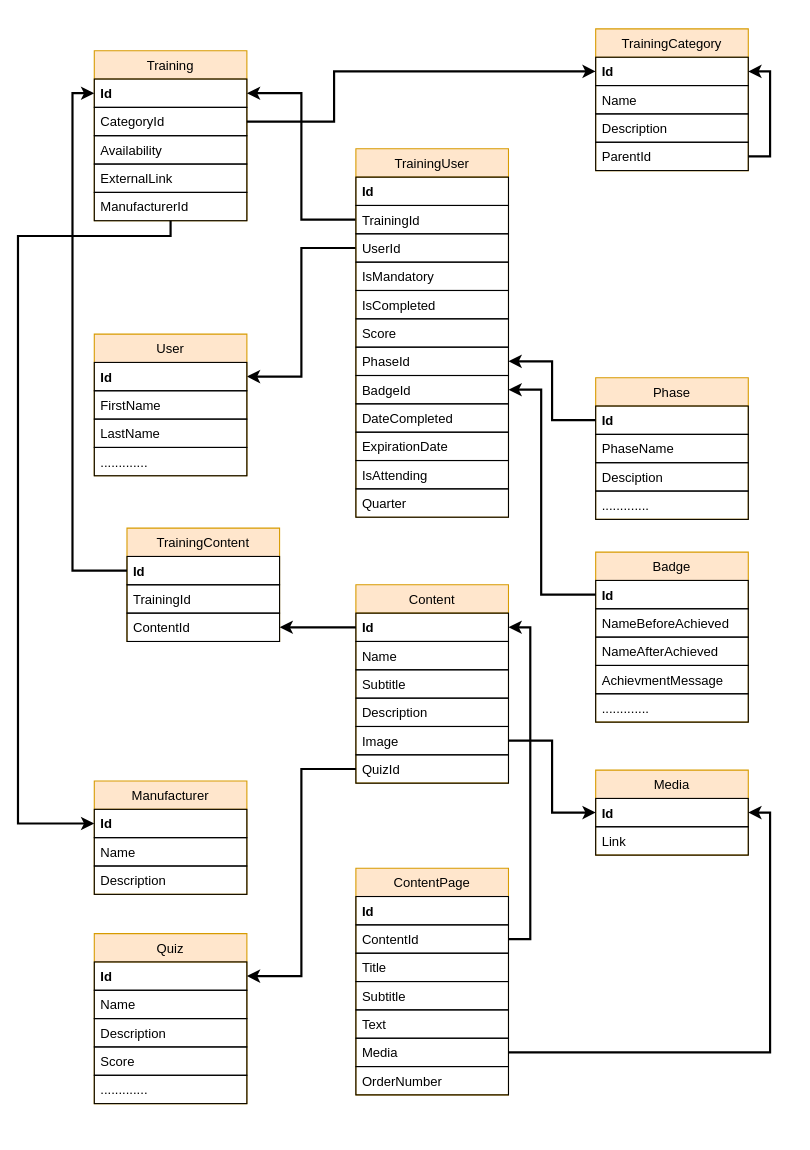
dariusmunteanu/Diagrams keeps this draw.io diagram as People's Development - Training Catalogue .drawio. Above is the earlier version. Source tidied: cells renumbered, new cells numbered last; positions are measured from the earlier drawing's top-left corner, leaving out a move shared by most shapes. Both pictures are drawn from the tidied source at 109%, with x=0, y=0 at pixel (17, 28).
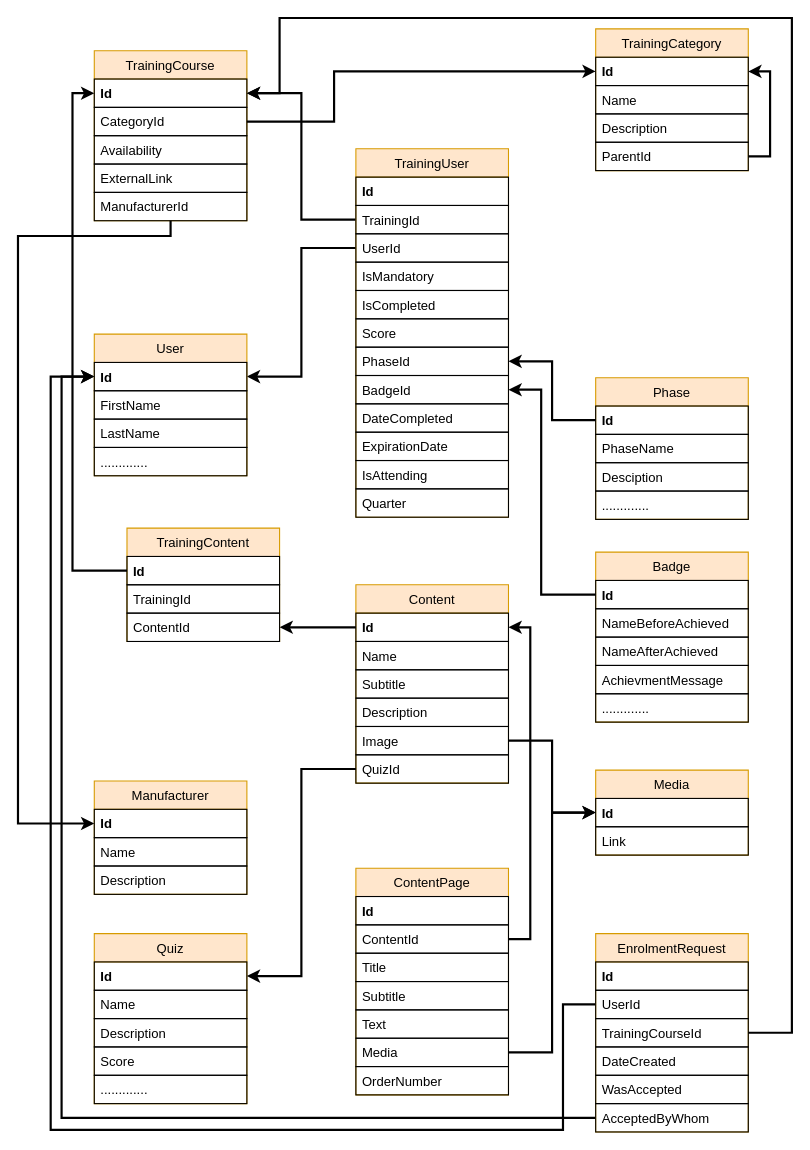
Above is the later version.

Unchanged cells that the change refers to:
```xml
<mxCell id="3" value="Id" style="text;strokeColor=#000000;fillColor=none;align=left;verticalAlign=top;spacingLeft=4;spacingRight=4;overflow=hidden;points=[[0,0.5],[1,0.5]];portConstraint=eastwest;fontStyle=1;shadow=0;comic=0;" parent="2" vertex="1">
  <mxGeometry y="26" width="140" height="26" as="geometry" />
</mxCell>
<mxCell id="23" value="Id" style="text;strokeColor=#000000;fillColor=none;align=left;verticalAlign=top;spacingLeft=4;spacingRight=4;overflow=hidden;points=[[0,0.5],[1,0.5]];portConstraint=eastwest;fontStyle=1;shadow=0;comic=0;" parent="22" vertex="1">
  <mxGeometry y="26" width="140" height="26" as="geometry" />
</mxCell>
<mxCell id="67" value="Id" style="text;strokeColor=#000000;fillColor=none;align=left;verticalAlign=top;spacingLeft=4;spacingRight=4;overflow=hidden;points=[[0,0.5],[1,0.5]];portConstraint=eastwest;fontStyle=1;shadow=0;comic=0;" parent="66" vertex="1">
  <mxGeometry y="26" width="140" height="26" as="geometry" />
</mxCell>
<mxCell id="83" value="Media" style="text;strokeColor=#000000;fillColor=none;align=left;verticalAlign=top;spacingLeft=4;spacingRight=4;overflow=hidden;points=[[0,0.5],[1,0.5]];portConstraint=eastwest;shadow=0;comic=0;" parent="77" vertex="1">
  <mxGeometry y="156" width="140" height="26" as="geometry" />
</mxCell>
```

Change to the diagram source:
```diff
@@
-    <mxCell id="2" value="Training" style="swimlane;fontStyle=0;horizontal=1;startSize=26;fillColor=#ffe6cc;shadow=0;comic=0;glass=0;rounded=0;swimlaneFillColor=none;strokeColor=#d79b00;" parent="1" vertex="1">
+    <mxCell id="2" value="TrainingCourse" style="swimlane;fontStyle=0;horizontal=1;startSize=26;fillColor=#ffe6cc;shadow=0;comic=0;glass=0;rounded=0;swimlaneFillColor=none;strokeColor=#d79b00;" parent="1" vertex="1">
       <mxGeometry x="70" y="20" width="140" height="156" as="geometry" />
     </mxCell>
@@
-    <mxCell id="86" style="edgeStyle=orthogonalEdgeStyle;rounded=0;jettySize=auto;html=1;entryX=1;entryY=0.5;entryDx=0;entryDy=0;strokeWidth=2;" parent="1" edge="1" source="83" target="67">
+    <mxCell id="86" style="edgeStyle=orthogonalEdgeStyle;rounded=0;jettySize=auto;html=1;entryX=0;entryY=0.5;entryDx=0;entryDy=0;strokeWidth=2;" parent="1" edge="1" source="83" target="67">
       <mxGeometry relative="1" as="geometry" />
     </mxCell>
+    <mxCell id="87" style="edgeStyle=orthogonalEdgeStyle;rounded=0;jettySize=auto;html=1;entryX=0;entryY=0.5;entryDx=0;entryDy=0;strokeWidth=2;" parent="1" edge="1" source="91" target="23">
+      <mxGeometry relative="1" as="geometry">
+        <Array as="points">
+          <mxPoint x="500" y="895" />
+          <mxPoint x="500" y="1010" />
+          <mxPoint x="30" y="1010" />
+          <mxPoint x="30" y="319" />
+        </Array>
+      </mxGeometry>
+    </mxCell>
+    <mxCell id="88" style="edgeStyle=orthogonalEdgeStyle;rounded=0;jettySize=auto;html=1;strokeWidth=2;" parent="1" edge="1" source="95" target="23">
+      <mxGeometry relative="1" as="geometry">
+        <Array as="points">
+          <mxPoint x="40" y="999" />
+          <mxPoint x="40" y="319" />
+        </Array>
+      </mxGeometry>
+    </mxCell>
+    <mxCell id="89" value="EnrolmentRequest" style="swimlane;fontStyle=0;horizontal=1;startSize=26;fillColor=#ffe6cc;shadow=0;comic=0;glass=0;rounded=0;swimlaneFillColor=none;strokeColor=#d79b00;" parent="1" vertex="1">
+      <mxGeometry x="530" y="830" width="140" height="182" as="geometry" />
+    </mxCell>
+    <mxCell id="90" value="Id" style="text;strokeColor=#000000;fillColor=none;align=left;verticalAlign=top;spacingLeft=4;spacingRight=4;overflow=hidden;fontStyle=1;shadow=0;comic=0;" parent="89" vertex="1">
+      <mxGeometry y="26" width="140" height="26" as="geometry" />
+    </mxCell>
+    <mxCell id="91" value="UserId" style="text;strokeColor=#000000;fillColor=none;align=left;verticalAlign=top;spacingLeft=4;spacingRight=4;overflow=hidden;points=[[0,0.5],[1,0.5]];portConstraint=eastwest;shadow=0;comic=0;" parent="89" vertex="1">
+      <mxGeometry y="52" width="140" height="26" as="geometry" />
+    </mxCell>
+    <mxCell id="92" value="TrainingCourseId" style="text;strokeColor=#000000;fillColor=none;align=left;verticalAlign=top;spacingLeft=4;spacingRight=4;overflow=hidden;points=[[0,0.5],[1,0.5]];portConstraint=eastwest;shadow=0;comic=0;" parent="89" vertex="1">
+      <mxGeometry y="78" width="140" height="26" as="geometry" />
+    </mxCell>
+    <mxCell id="93" value="DateCreated" style="text;strokeColor=#000000;fillColor=none;align=left;verticalAlign=top;spacingLeft=4;spacingRight=4;overflow=hidden;shadow=0;comic=0;" parent="89" vertex="1">
+      <mxGeometry y="104" width="140" height="26" as="geometry" />
+    </mxCell>
+    <mxCell id="94" value="WasAccepted" style="text;strokeColor=#000000;fillColor=none;align=left;verticalAlign=top;spacingLeft=4;spacingRight=4;overflow=hidden;shadow=0;comic=0;" parent="89" vertex="1">
+      <mxGeometry y="130" width="140" height="26" as="geometry" />
+    </mxCell>
+    <mxCell id="95" value="AcceptedByWhom" style="text;strokeColor=#000000;fillColor=none;align=left;verticalAlign=top;spacingLeft=4;spacingRight=4;overflow=hidden;points=[[0,0.5],[1,0.5]];portConstraint=eastwest;shadow=0;comic=0;" parent="89" vertex="1">
+      <mxGeometry y="156" width="140" height="26" as="geometry" />
+    </mxCell>
+    <mxCell id="96" style="edgeStyle=orthogonalEdgeStyle;rounded=0;jettySize=auto;html=1;entryX=1;entryY=0.5;entryDx=0;entryDy=0;strokeWidth=2;" parent="1" edge="1" source="92" target="3">
+      <mxGeometry relative="1" as="geometry">
+        <Array as="points">
+          <mxPoint x="710" y="921" />
+          <mxPoint x="710" y="-10" />
+          <mxPoint x="240" y="-10" />
+          <mxPoint x="240" y="59" />
+        </Array>
+      </mxGeometry>
+    </mxCell>
```
